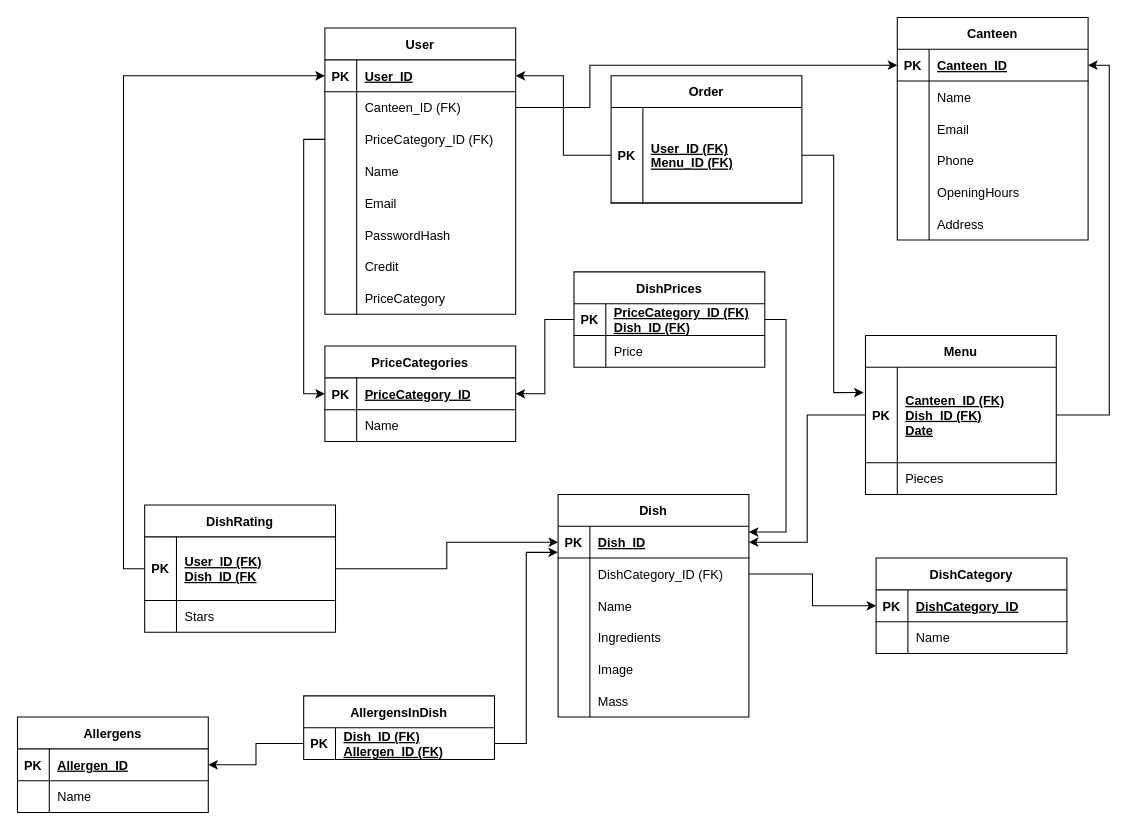
The draw.io diagram backend/schema_databaze.drawio in MarekHavel/ITU, before the edit. Source tidied: cells renumbered, new cells numbered last; positions are measured from the earlier drawing's top-left corner, leaving out a move shared by most shapes. Both pictures are drawn from the tidied source at 106%, with x=0, y=0 at pixel (17, 17).
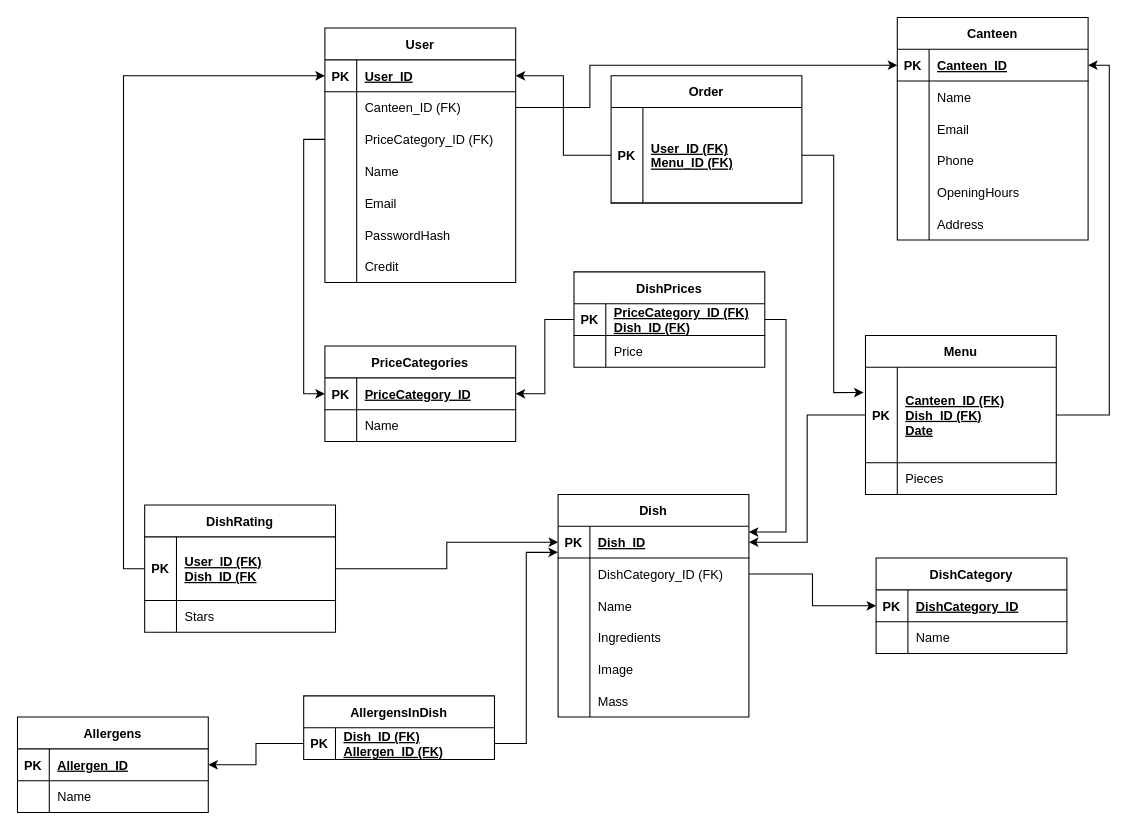
Above is the later version.

Commit message:
Oprava překlepu v diagramu

Diff of the diagram source:
```diff
@@
     <mxCell id="2" value="User" style="shape=table;startSize=30;childLayout=tableLayout;rowLines=0;fontStyle=1;align=center;" parent="1" vertex="1">
-      <mxGeometry x="290" y="10" width="180" height="270" as="geometry" />
+      <mxGeometry x="290" y="10" width="180" height="240" as="geometry" />
     </mxCell>
@@
-    <mxCell id="24" style="shape=tableRow;horizontal=0;startSize=0;swimlaneHead=0;swimlaneBody=0;fillColor=none;top=0;left=0;right=0;bottom=0;" parent="2" vertex="1">
-      <mxGeometry y="240" width="180" height="30" as="geometry" />
-    </mxCell>
-    <mxCell id="25" style="shape=partialRectangle;fillColor=none;top=0;left=0;bottom=0;right=0;overflow=hidden;" parent="24" vertex="1">
-      <mxGeometry width="30" height="30" as="geometry" />
-    </mxCell>
-    <mxCell id="26" value="PriceCategory" style="shape=partialRectangle;fillColor=none;top=0;left=0;bottom=0;right=0;align=left;spacingLeft=6;overflow=hidden;" parent="24" vertex="1">
-      <mxGeometry x="30" width="150" height="30" as="geometry" />
-    </mxCell>
```
